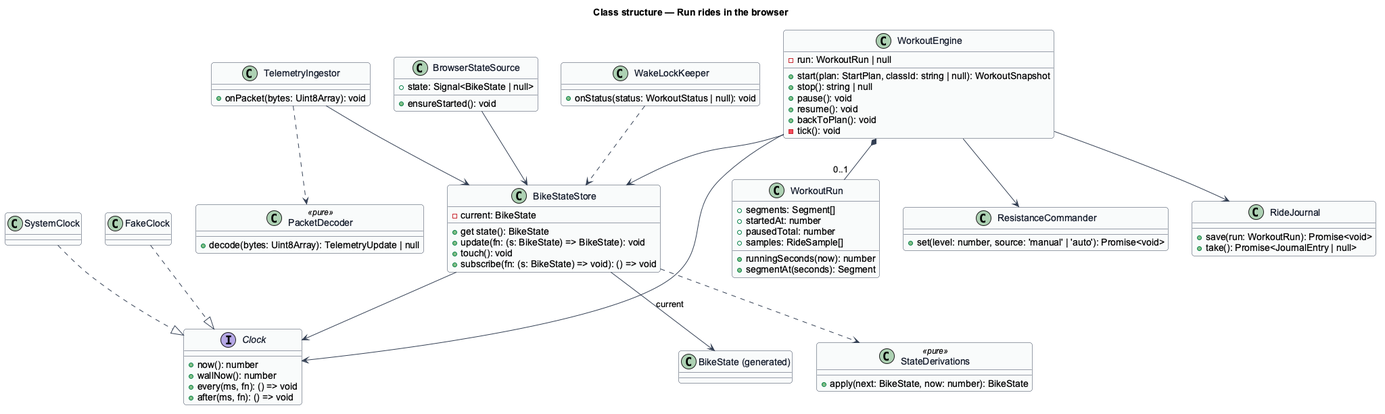
QuinntyneBrown/ride-one keeps this PlantUML diagram as docs/detailed-designs/browser-edition/run-rides-in-browser/diagrams/class-structure.png. Above is the earlier version.
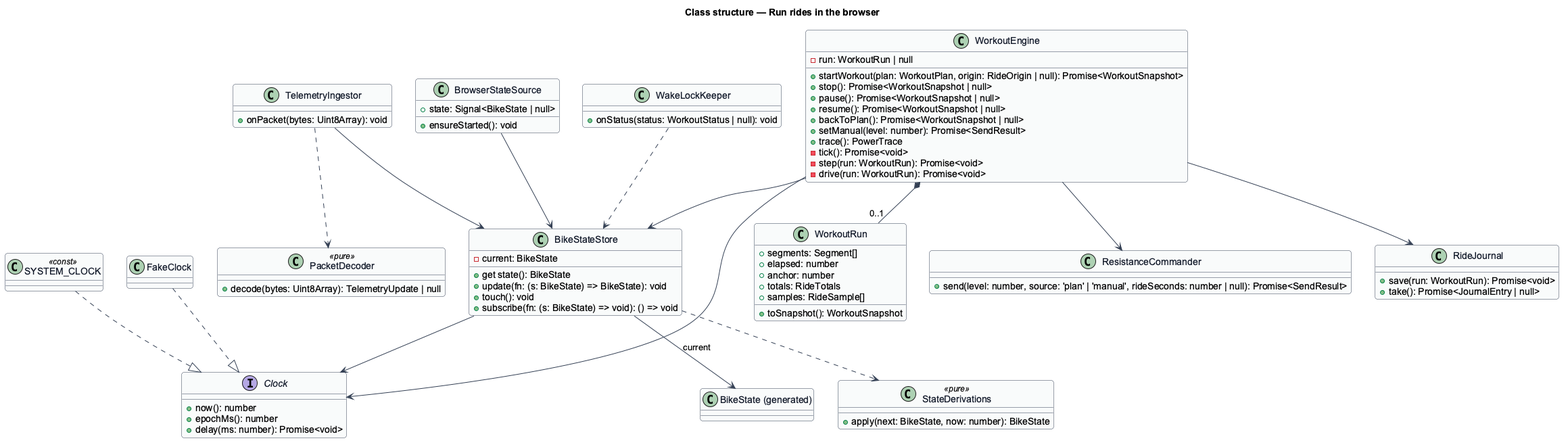
Above is the later version.

The edit, as a diff of the source:
```diff
@@ -13,11 +13,10 @@
 
 interface Clock {
   +now(): number
-  +wallNow(): number
-  +every(ms, fn): () => void
-  +after(ms, fn): () => void
+  +epochMs(): number
+  +delay(ms: number): Promise<void>
 }
-class SystemClock
+class SYSTEM_CLOCK <<const>>
 class FakeClock
 class BikeStateStore {
   -current: BikeState
@@ -37,23 +36,27 @@
 }
 class WorkoutEngine {
   -run: WorkoutRun | null
-  +start(plan: StartPlan, classId: string | null): WorkoutSnapshot
-  +stop(): string | null
-  +pause(): void
-  +resume(): void
-  +backToPlan(): void
-  -tick(): void
+  +startWorkout(plan: WorkoutPlan, origin: RideOrigin | null): Promise<WorkoutSnapshot>
+  +stop(): Promise<WorkoutSnapshot | null>
+  +pause(): Promise<WorkoutSnapshot | null>
+  +resume(): Promise<WorkoutSnapshot | null>
+  +backToPlan(): Promise<WorkoutSnapshot | null>
+  +setManual(level: number): Promise<SendResult>
+  +trace(): PowerTrace
+  -tick(): Promise<void>
+  -step(run: WorkoutRun): Promise<void>
+  -drive(run: WorkoutRun): Promise<void>
 }
 class WorkoutRun {
   +segments: Segment[]
-  +startedAt: number
-  +pausedTotal: number
+  +elapsed: number
+  +anchor: number
+  +totals: RideTotals
   +samples: RideSample[]
-  +runningSeconds(now): number
-  +segmentAt(seconds): Segment
+  +toSnapshot(): WorkoutSnapshot
 }
 class ResistanceCommander {
-  +set(level: number, source: 'manual' | 'auto'): Promise<void>
+  +send(level: number, source: 'plan' | 'manual', rideSeconds: number | null): Promise<SendResult>
 }
 class BrowserStateSource {
   +state: Signal<BikeState | null>
@@ -68,7 +71,7 @@
 }
 class "BikeState (generated)" as BikeState
 
-SystemClock ..|> Clock
+SYSTEM_CLOCK ..|> Clock
 FakeClock ..|> Clock
 BikeStateStore ..> StateDerivations
 BikeStateStore --> Clock
```
